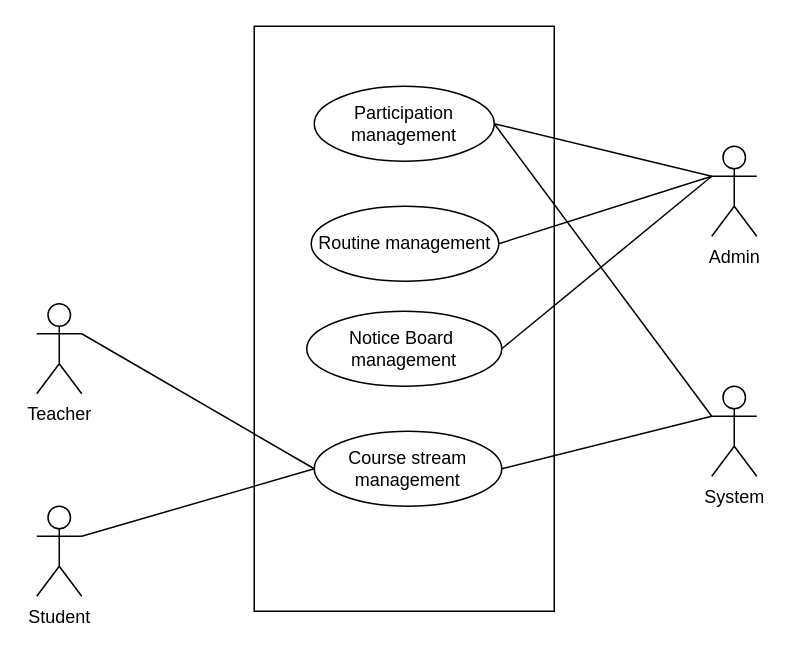
Earlier version of the draw.io diagram page "UC level 1.2 course management" (4 of 19) of Diagrams.drawio (shirrsho/E-shcool). Source tidied: cells renumbered, new cells numbered last; positions are measured from the earlier drawing's top-left corner, leaving out a move shared by most shapes. Both pictures are drawn from the tidied source at 150%, with x=0, y=0 at pixel (36, 26).
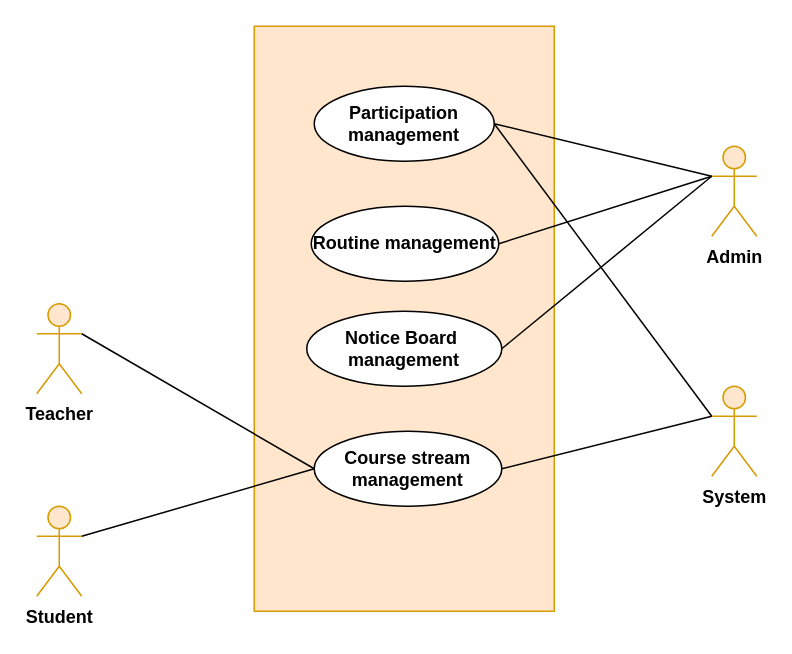
The same diagram, later.

Diff of the diagram source:
```diff
@@
 <mxGraphModel>
   <root>
     <mxCell id="0" />
     <mxCell id="1" parent="0" />
-    <mxCell id="2" style="rounded=0;whiteSpace=wrap;html=1;" parent="1" vertex="1">
+    <mxCell id="2" style="rounded=0;whiteSpace=wrap;html=1;fillColor=#ffe6cc;strokeColor=#d79b00;fontStyle=1;" parent="1" vertex="1">
       <mxGeometry x="145" width="200" height="390" as="geometry" />
     </mxCell>
-    <mxCell id="3" value="Participation management" style="ellipse;whiteSpace=wrap;html=1;" parent="1" vertex="1">
+    <mxCell id="3" value="Participation management" style="ellipse;whiteSpace=wrap;html=1;fontStyle=1;" parent="1" vertex="1">
       <mxGeometry x="185" y="40" width="120" height="50" as="geometry" />
     </mxCell>
-    <mxCell id="4" value="Routine management" style="ellipse;whiteSpace=wrap;html=1;" parent="1" vertex="1">
+    <mxCell id="4" value="Routine management" style="ellipse;whiteSpace=wrap;html=1;fontStyle=1;" parent="1" vertex="1">
       <mxGeometry x="183" y="120" width="125" height="50" as="geometry" />
     </mxCell>
-    <mxCell id="5" value="Notice Board&amp;nbsp;&lt;br&gt;management" style="ellipse;whiteSpace=wrap;html=1;" parent="1" vertex="1">
+    <mxCell id="5" value="Notice Board&amp;nbsp;&lt;br&gt;management" style="ellipse;whiteSpace=wrap;html=1;fontStyle=1;" parent="1" vertex="1">
       <mxGeometry x="180" y="190" width="130" height="50" as="geometry" />
     </mxCell>
-    <mxCell id="6" value="Admin" style="shape=umlActor;verticalLabelPosition=bottom;verticalAlign=top;html=1;outlineConnect=0;" parent="1" vertex="1">
+    <mxCell id="6" value="Admin" style="shape=umlActor;verticalLabelPosition=bottom;verticalAlign=top;html=1;outlineConnect=0;fillColor=#ffe6cc;strokeColor=#d79b00;fontStyle=1;" parent="1" vertex="1">
       <mxGeometry x="450" y="80" width="30" height="60" as="geometry" />
     </mxCell>
-    <mxCell id="7" style="endArrow=none;html=1;rounded=0;entryX=0;entryY=0.3333333333333333;entryDx=0;entryDy=0;entryPerimeter=0;exitX=1;exitY=0.5;exitDx=0;exitDy=0;" parent="1" edge="1" source="3" target="6">
+    <mxCell id="7" style="endArrow=none;html=1;rounded=0;entryX=0;entryY=0.3333333333333333;entryDx=0;entryDy=0;entryPerimeter=0;exitX=1;exitY=0.5;exitDx=0;exitDy=0;fontStyle=1;" parent="1" edge="1" source="3" target="6">
       <mxGeometry relative="1" as="geometry" />
     </mxCell>
-    <mxCell id="8" style="endArrow=none;html=1;rounded=0;entryX=0;entryY=0.3333333333333333;entryDx=0;entryDy=0;entryPerimeter=0;exitX=1;exitY=0.5;exitDx=0;exitDy=0;" parent="1" edge="1" source="4" target="6">
+    <mxCell id="8" style="endArrow=none;html=1;rounded=0;entryX=0;entryY=0.3333333333333333;entryDx=0;entryDy=0;entryPerimeter=0;exitX=1;exitY=0.5;exitDx=0;exitDy=0;fontStyle=1;" parent="1" edge="1" source="4" target="6">
       <mxGeometry relative="1" as="geometry" />
     </mxCell>
-    <mxCell id="9" style="endArrow=none;html=1;rounded=0;exitX=1;exitY=0.5;exitDx=0;exitDy=0;" parent="1" edge="1" source="5">
+    <mxCell id="9" style="endArrow=none;html=1;rounded=0;exitX=1;exitY=0.5;exitDx=0;exitDy=0;fontStyle=1;" parent="1" edge="1" source="5">
       <mxGeometry relative="1" as="geometry">
         <mxPoint x="450" y="100" as="targetPoint" />
       </mxGeometry>
     </mxCell>
-    <mxCell id="10" style="endArrow=none;html=1;rounded=0;entryX=0;entryY=0.3333333333333333;entryDx=0;entryDy=0;exitX=1;exitY=0.5;exitDx=0;exitDy=0;entryPerimeter=0;" parent="1" edge="1" source="3" target="11">
+    <mxCell id="10" style="endArrow=none;html=1;rounded=0;entryX=0;entryY=0.3333333333333333;entryDx=0;entryDy=0;exitX=1;exitY=0.5;exitDx=0;exitDy=0;entryPerimeter=0;fontStyle=1;" parent="1" edge="1" source="3" target="11">
       <mxGeometry relative="1" as="geometry" />
     </mxCell>
-    <mxCell id="11" value="System" style="shape=umlActor;verticalLabelPosition=bottom;verticalAlign=top;html=1;outlineConnect=0;" parent="1" vertex="1">
+    <mxCell id="11" value="System" style="shape=umlActor;verticalLabelPosition=bottom;verticalAlign=top;html=1;outlineConnect=0;fillColor=#ffe6cc;strokeColor=#d79b00;fontStyle=1;" parent="1" vertex="1">
       <mxGeometry x="450" y="240" width="30" height="60" as="geometry" />
     </mxCell>
-    <mxCell id="12" value="Course stream management" style="ellipse;whiteSpace=wrap;html=1;" parent="1" vertex="1">
+    <mxCell id="12" value="Course stream management" style="ellipse;whiteSpace=wrap;html=1;fontStyle=1;" parent="1" vertex="1">
       <mxGeometry x="185" y="270" width="125" height="50" as="geometry" />
     </mxCell>
-    <mxCell id="13" style="endArrow=none;html=1;rounded=0;entryX=0;entryY=0.3333333333333333;entryDx=0;entryDy=0;entryPerimeter=0;exitX=1;exitY=0.5;exitDx=0;exitDy=0;" parent="1" edge="1" source="12" target="11">
+    <mxCell id="13" style="endArrow=none;html=1;rounded=0;entryX=0;entryY=0.3333333333333333;entryDx=0;entryDy=0;entryPerimeter=0;exitX=1;exitY=0.5;exitDx=0;exitDy=0;fontStyle=1;" parent="1" edge="1" source="12" target="11">
       <mxGeometry relative="1" as="geometry" />
     </mxCell>
-    <mxCell id="14" value="Teacher" style="shape=umlActor;verticalLabelPosition=bottom;verticalAlign=top;html=1;outlineConnect=0;" parent="1" vertex="1">
+    <mxCell id="14" value="Teacher" style="shape=umlActor;verticalLabelPosition=bottom;verticalAlign=top;html=1;outlineConnect=0;fillColor=#ffe6cc;strokeColor=#d79b00;fontStyle=1;" parent="1" vertex="1">
       <mxGeometry y="185" width="30" height="60" as="geometry" />
     </mxCell>
-    <mxCell id="15" value="Student" style="shape=umlActor;verticalLabelPosition=bottom;verticalAlign=top;html=1;outlineConnect=0;" parent="1" vertex="1">
+    <mxCell id="15" value="Student" style="shape=umlActor;verticalLabelPosition=bottom;verticalAlign=top;html=1;outlineConnect=0;fillColor=#ffe6cc;strokeColor=#d79b00;fontStyle=1;" parent="1" vertex="1">
       <mxGeometry y="320" width="30" height="60" as="geometry" />
     </mxCell>
-    <mxCell id="16" style="endArrow=none;html=1;rounded=0;exitX=1;exitY=0.3333333333333333;exitDx=0;exitDy=0;exitPerimeter=0;entryX=0;entryY=0.5;entryDx=0;entryDy=0;" parent="1" edge="1" source="14" target="12">
+    <mxCell id="16" style="endArrow=none;html=1;rounded=0;exitX=1;exitY=0.3333333333333333;exitDx=0;exitDy=0;exitPerimeter=0;entryX=0;entryY=0.5;entryDx=0;entryDy=0;fontStyle=1;" parent="1" edge="1" source="14" target="12">
       <mxGeometry relative="1" as="geometry" />
     </mxCell>
-    <mxCell id="17" style="endArrow=none;html=1;rounded=0;exitX=1;exitY=0.3333333333333333;exitDx=0;exitDy=0;exitPerimeter=0;entryX=0;entryY=0.5;entryDx=0;entryDy=0;" parent="1" edge="1" source="15" target="12">
+    <mxCell id="17" style="endArrow=none;html=1;rounded=0;exitX=1;exitY=0.3333333333333333;exitDx=0;exitDy=0;exitPerimeter=0;entryX=0;entryY=0.5;entryDx=0;entryDy=0;fontStyle=1;" parent="1" edge="1" source="15" target="12">
       <mxGeometry relative="1" as="geometry" />
     </mxCell>
   </root>
 </mxGraphModel>
```
